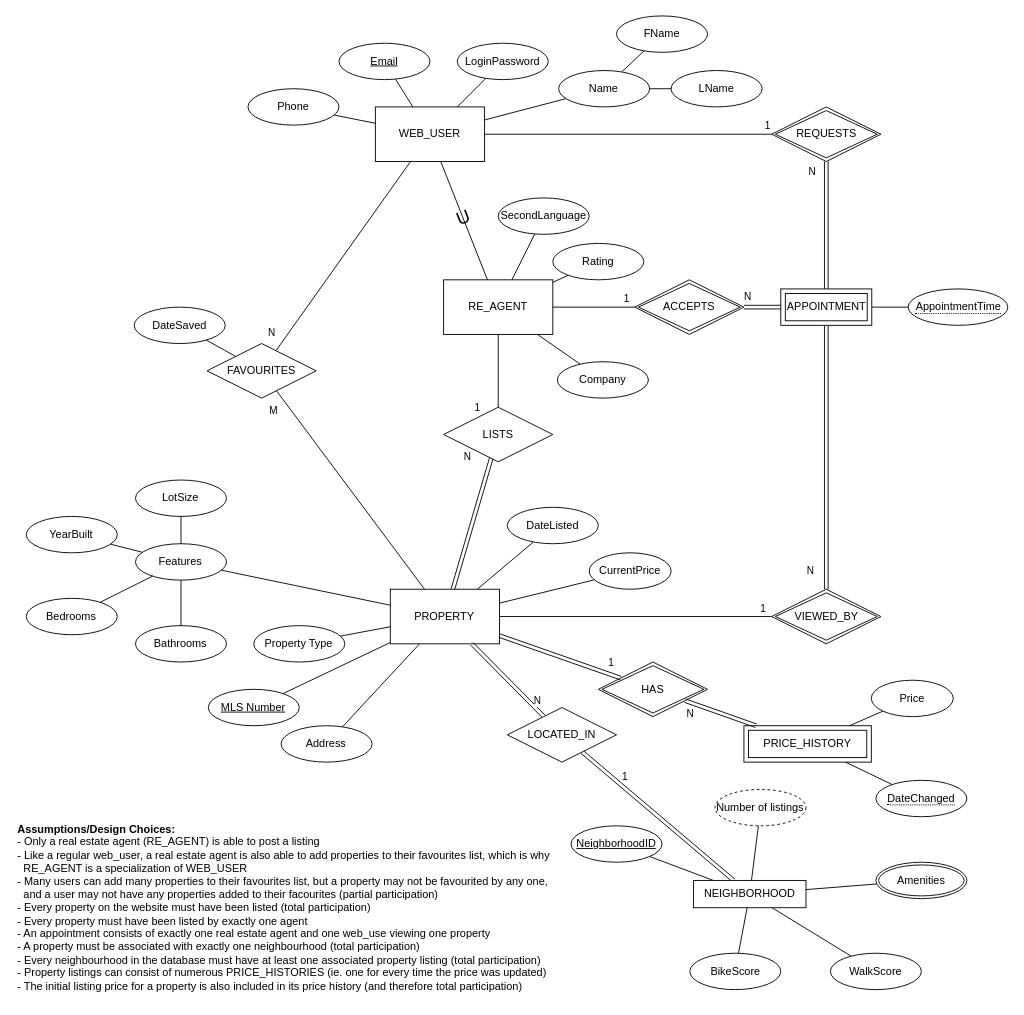
The draw.io diagram page "EER V2" (2 of 4) of Proposal/608-project-diagrams.drawio in WillKNguyen/608-607Project, before the edit. Source tidied: cells renumbered, new cells numbered last; positions are measured from the earlier drawing's top-left corner, leaving out a move shared by most shapes. Both pictures are drawn from the tidied source at 91%, with x=0, y=0 at pixel (15, 15).
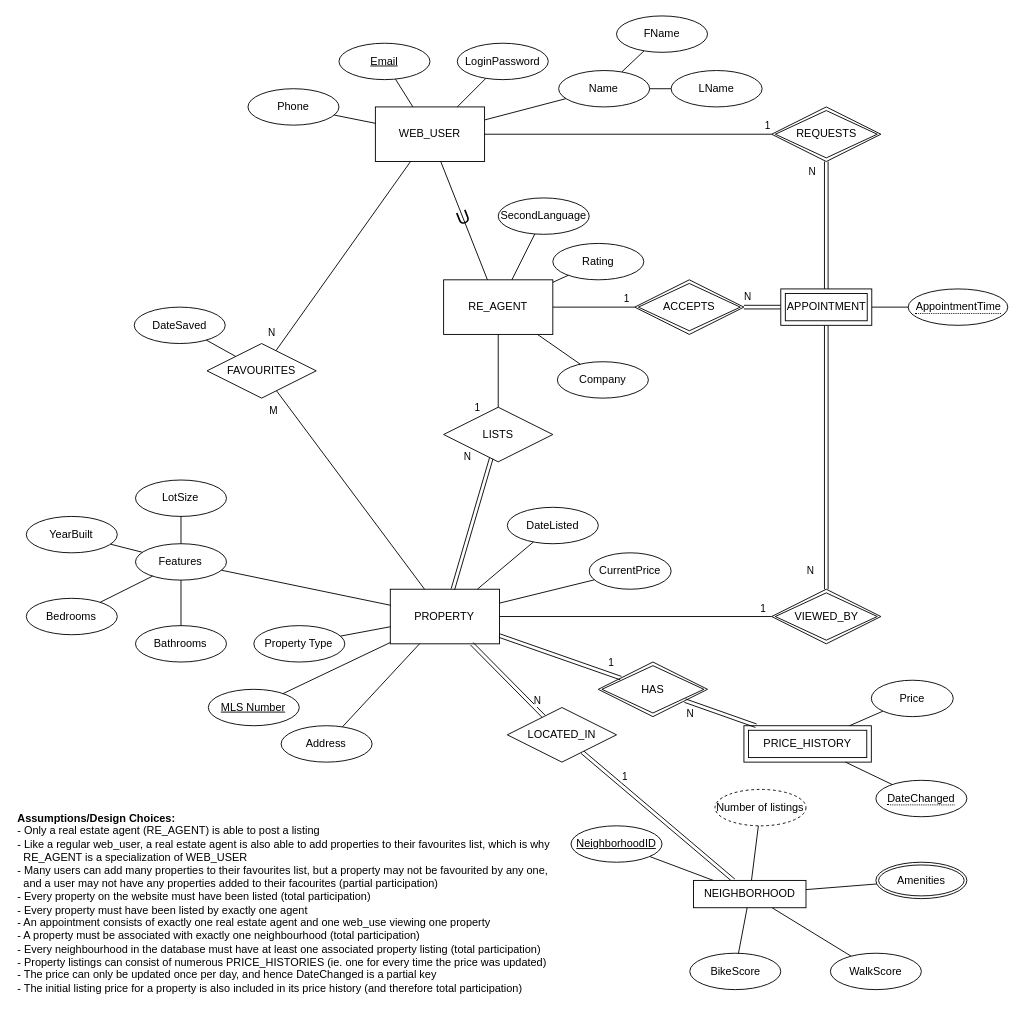
After the change.

The edit, as a diff of the source:
```diff
@@
-    <mxCell id="101" value="&lt;b&gt;Assumptions/Design Choices:&lt;br&gt;&lt;/b&gt;&lt;div&gt;- Only a real estate agent (RE_AGENT) is able to post a listing&lt;/div&gt;&lt;div&gt;- Like a regular web_user, a real estate agent is also able to add properties to their favourites list,&amp;nbsp;&lt;span style=&quot;background-color: initial;&quot;&gt;which is why&amp;nbsp;&lt;/span&gt;&lt;/div&gt;&lt;div&gt;&lt;span style=&quot;background-color: initial;&quot;&gt;&amp;nbsp; RE_AGENT is a specialization of WEB_USER&lt;/span&gt;&lt;/div&gt;&lt;div&gt;- Many users can add many properties to their favourites list, but a property may not be favourited by any one,&lt;/div&gt;&lt;div&gt;&amp;nbsp; and a user may not have any properties added to their facourites (partial participation)&lt;/div&gt;&lt;div&gt;- Every property on the website must have been listed (total participation)&lt;/div&gt;&lt;div&gt;- Every property must have been listed by exactly one agent&lt;/div&gt;&lt;div&gt;- An appointment consists of exactly one real estate agent and one web_use viewing one property&lt;/div&gt;&lt;div&gt;- A property must be associated with exactly one neighbourhood (total participation)&lt;/div&gt;&lt;div&gt;- Every neighbourhood in the database must have at least one associated property listing (total participation)&lt;/div&gt;&lt;div&gt;- Property listings can consist of numerous PRICE_HISTORIES (ie. one for every time the price was updated)&lt;/div&gt;&lt;div&gt;- The initial listing price for a property is also included in its price history (and therefore total participation)&lt;/div&gt;" style="text;html=1;align=left;verticalAlign=middle;strokeColor=none;fillColor=none;" parent="1" vertex="1">
-      <mxGeometry y="880" width="610" height="200" as="geometry" />
+    <mxCell id="101" value="&lt;b&gt;Assumptions/Design Choices:&lt;br&gt;&lt;/b&gt;&lt;div&gt;- Only a real estate agent (RE_AGENT) is able to post a listing&lt;/div&gt;&lt;div&gt;- Like a regular web_user, a real estate agent is also able to add properties to their favourites list,&amp;nbsp;&lt;span style=&quot;background-color: initial;&quot;&gt;which is why&amp;nbsp;&lt;/span&gt;&lt;/div&gt;&lt;div&gt;&lt;span style=&quot;background-color: initial;&quot;&gt;&amp;nbsp; RE_AGENT is a specialization of WEB_USER&lt;/span&gt;&lt;/div&gt;&lt;div&gt;- Many users can add many properties to their favourites list, but a property may not be favourited by any one,&lt;/div&gt;&lt;div&gt;&amp;nbsp; and a user may not have any properties added to their facourites (partial participation)&lt;/div&gt;&lt;div&gt;- Every property on the website must have been listed (total participation)&lt;/div&gt;&lt;div&gt;- Every property must have been listed by exactly one agent&lt;/div&gt;&lt;div&gt;- An appointment consists of exactly one real estate agent and one web_use viewing one property&lt;/div&gt;&lt;div&gt;- A property must be associated with exactly one neighbourhood (total participation)&lt;/div&gt;&lt;div&gt;- Every neighbourhood in the database must have at least one associated property listing (total participation)&lt;/div&gt;&lt;div&gt;- Property listings can consist of numerous PRICE_HISTORIES (ie. one for every time the price was updated)&lt;/div&gt;&lt;div&gt;- The price can only be updated once per day, and hence DateChanged is a partial key&lt;/div&gt;&lt;div&gt;- The initial listing price for a property is also included in its price history (and therefore total participation)&lt;/div&gt;" style="text;html=1;align=left;verticalAlign=middle;strokeColor=none;fillColor=none;" parent="1" vertex="1">
+      <mxGeometry y="870" width="610" height="210" as="geometry" />
     </mxCell>
```
